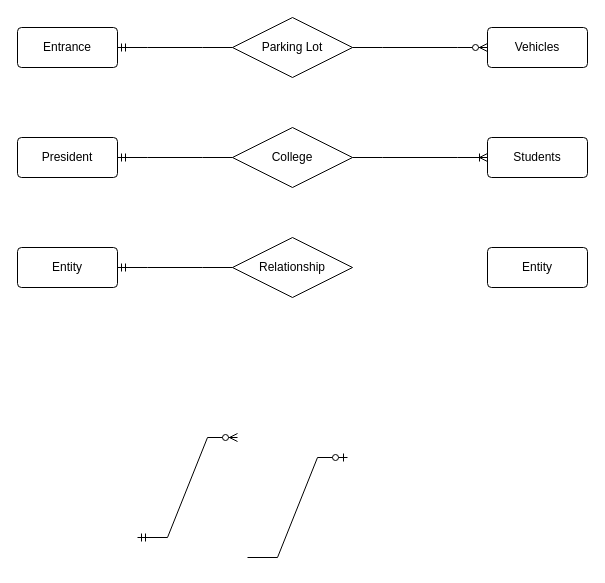
ObeeeWon/Diagrams keeps this draw.io diagram as NSCC/Lab 8 Data Design.drawio. Above is the earlier version. Source tidied: cells renumbered, new cells numbered last; positions are measured from the earlier drawing's top-left corner, leaving out a move shared by most shapes. Both pictures are drawn from the tidied source at 100%, with x=0, y=0 at pixel (17, 17).
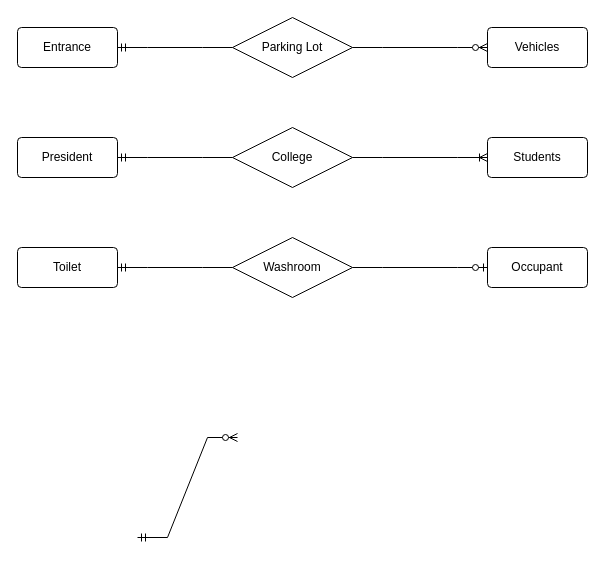
After the change.

What changed in the source:
```diff
@@
-    <mxCell id="7" style="edgeStyle=entityRelationEdgeStyle;fontSize=12;html=1;endArrow=ERzeroToOne;endFill=1;rounded=0;" parent="1" edge="1">
-      <mxGeometry relative="1" as="geometry">
-        <mxPoint x="230" y="540" as="sourcePoint" />
-        <mxPoint x="330" y="440" as="targetPoint" />
-      </mxGeometry>
+    <mxCell id="7" style="edgeStyle=entityRelationEdgeStyle;fontSize=12;html=1;endArrow=ERzeroToOne;endFill=1;rounded=0;entryX=0;entryY=0.5;entryDx=0;entryDy=0;exitX=1;exitY=0.5;exitDx=0;exitDy=0;" parent="1" edge="1" source="14" target="16">
+      <mxGeometry relative="1" as="geometry" />
     </mxCell>
@@
-    <mxCell id="14" value="Relationship" style="shape=rhombus;perimeter=rhombusPerimeter;whiteSpace=wrap;html=1;align=center;" parent="1" vertex="1">
+    <mxCell id="14" value="Washroom" style="shape=rhombus;perimeter=rhombusPerimeter;whiteSpace=wrap;html=1;align=center;" parent="1" vertex="1">
       <mxGeometry x="215" y="220" width="120" height="60" as="geometry" />
     </mxCell>
-    <mxCell id="15" value="Entity" style="rounded=1;arcSize=10;whiteSpace=wrap;html=1;align=center;" parent="1" vertex="1">
+    <mxCell id="15" value="Toilet" style="rounded=1;arcSize=10;whiteSpace=wrap;html=1;align=center;" parent="1" vertex="1">
       <mxGeometry y="230" width="100" height="40" as="geometry" />
     </mxCell>
-    <mxCell id="16" value="Entity" style="rounded=1;arcSize=10;whiteSpace=wrap;html=1;align=center;" parent="1" vertex="1">
+    <mxCell id="16" value="Occupant" style="rounded=1;arcSize=10;whiteSpace=wrap;html=1;align=center;" parent="1" vertex="1">
       <mxGeometry x="470" y="230" width="100" height="40" as="geometry" />
     </mxCell>
```
